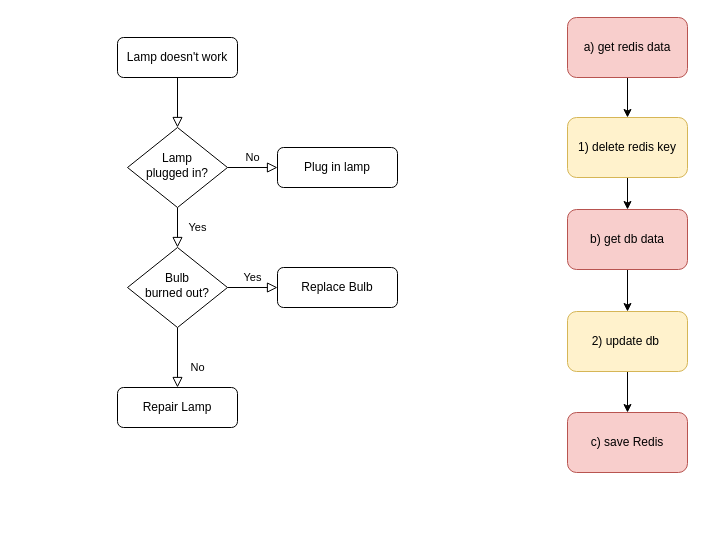
qiufang1314/drawio keeps this draw.io diagram as db&redis_consistency.drawio. Above is the earlier version. Source tidied: cells renumbered, new cells numbered last; positions are measured from the earlier drawing's top-left corner, leaving out a move shared by most shapes. Both pictures are drawn from the tidied source at 100%, with x=0, y=0 at pixel (117, 17).
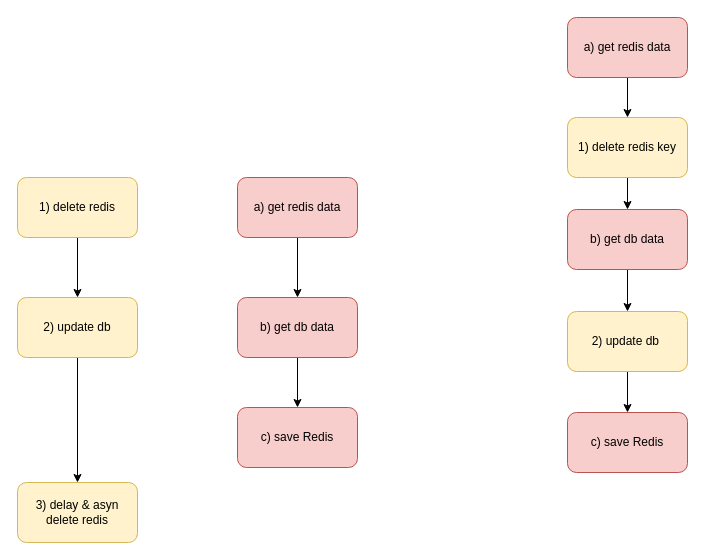
After the change.

Diff of the diagram source:
```diff
@@
-    <mxCell id="2" style="rounded=0;html=1;jettySize=auto;fontSize=11;endArrow=block;endFill=0;endSize=8;strokeWidth=1;shadow=0;labelBackgroundColor=none;edgeStyle=orthogonalEdgeStyle;" parent="1" edge="1" source="3" target="6">
-      <mxGeometry relative="1" as="geometry" />
-    </mxCell>
-    <mxCell id="3" value="Lamp doesn't work" style="rounded=1;whiteSpace=wrap;html=1;fontSize=12;glass=0;strokeWidth=1;shadow=0;" parent="1" vertex="1">
-      <mxGeometry y="20" width="120" height="40" as="geometry" />
-    </mxCell>
-    <mxCell id="4" value="Yes" style="rounded=0;html=1;jettySize=auto;fontSize=11;endArrow=block;endFill=0;endSize=8;strokeWidth=1;shadow=0;labelBackgroundColor=none;edgeStyle=orthogonalEdgeStyle;" parent="1" edge="1" source="6" target="10">
-      <mxGeometry y="20" relative="1" as="geometry" />
-    </mxCell>
-    <mxCell id="5" value="No" style="edgeStyle=orthogonalEdgeStyle;rounded=0;html=1;jettySize=auto;fontSize=11;endArrow=block;endFill=0;endSize=8;strokeWidth=1;shadow=0;labelBackgroundColor=none;" parent="1" edge="1" source="6" target="7">
-      <mxGeometry y="10" relative="1" as="geometry" />
-    </mxCell>
-    <mxCell id="6" value="Lamp&lt;br&gt;plugged in?" style="rhombus;whiteSpace=wrap;html=1;shadow=0;fontFamily=Helvetica;fontSize=12;align=center;strokeWidth=1;spacing=6;spacingTop=-4;" parent="1" vertex="1">
-      <mxGeometry x="10" y="110" width="100" height="80" as="geometry" />
-    </mxCell>
-    <mxCell id="7" value="Plug in lamp" style="rounded=1;whiteSpace=wrap;html=1;fontSize=12;glass=0;strokeWidth=1;shadow=0;" parent="1" vertex="1">
-      <mxGeometry x="160" y="130" width="120" height="40" as="geometry" />
-    </mxCell>
-    <mxCell id="8" value="No" style="rounded=0;html=1;jettySize=auto;fontSize=11;endArrow=block;endFill=0;endSize=8;strokeWidth=1;shadow=0;labelBackgroundColor=none;edgeStyle=orthogonalEdgeStyle;" parent="1" edge="1" source="10" target="11">
-      <mxGeometry x="0.33" y="20" relative="1" as="geometry" />
-    </mxCell>
-    <mxCell id="9" value="Yes" style="edgeStyle=orthogonalEdgeStyle;rounded=0;html=1;jettySize=auto;fontSize=11;endArrow=block;endFill=0;endSize=8;strokeWidth=1;shadow=0;labelBackgroundColor=none;" parent="1" edge="1" source="10" target="12">
-      <mxGeometry y="10" relative="1" as="geometry" />
-    </mxCell>
-    <mxCell id="10" value="Bulb&lt;br&gt;burned out?" style="rhombus;whiteSpace=wrap;html=1;shadow=0;fontFamily=Helvetica;fontSize=12;align=center;strokeWidth=1;spacing=6;spacingTop=-4;" parent="1" vertex="1">
-      <mxGeometry x="10" y="230" width="100" height="80" as="geometry" />
-    </mxCell>
-    <mxCell id="11" value="Repair Lamp" style="rounded=1;whiteSpace=wrap;html=1;fontSize=12;glass=0;strokeWidth=1;shadow=0;" parent="1" vertex="1">
-      <mxGeometry y="370" width="120" height="40" as="geometry" />
-    </mxCell>
-    <mxCell id="12" value="Replace Bulb" style="rounded=1;whiteSpace=wrap;html=1;fontSize=12;glass=0;strokeWidth=1;shadow=0;" parent="1" vertex="1">
-      <mxGeometry x="160" y="250" width="120" height="40" as="geometry" />
-    </mxCell>
@@
+    <mxCell id="22" style="edgeStyle=orthogonalEdgeStyle;rounded=0;jettySize=auto;html=1;" parent="1" edge="1" source="23" target="25">
+      <mxGeometry relative="1" as="geometry" />
+    </mxCell>
+    <mxCell id="23" value="1) delete redis" style="rounded=1;whiteSpace=wrap;html=1;fillColor=#fff2cc;strokeColor=#d6b656;" parent="1" vertex="1">
+      <mxGeometry x="-100" y="160" width="120" height="60" as="geometry" />
+    </mxCell>
+    <mxCell id="24" style="edgeStyle=orthogonalEdgeStyle;rounded=0;jettySize=auto;html=1;" parent="1" edge="1" source="25" target="26">
+      <mxGeometry relative="1" as="geometry" />
+    </mxCell>
+    <mxCell id="25" value="2) update db" style="rounded=1;whiteSpace=wrap;html=1;fillColor=#fff2cc;strokeColor=#d6b656;" parent="1" vertex="1">
+      <mxGeometry x="-100" y="280" width="120" height="60" as="geometry" />
+    </mxCell>
+    <mxCell id="26" value="3) delay &amp;amp; asyn delete redis" style="rounded=1;whiteSpace=wrap;html=1;fillColor=#fff2cc;strokeColor=#d6b656;" parent="1" vertex="1">
+      <mxGeometry x="-100" y="465" width="120" height="60" as="geometry" />
+    </mxCell>
+    <mxCell id="27" style="edgeStyle=orthogonalEdgeStyle;rounded=0;jettySize=auto;html=1;" parent="1" edge="1" source="28" target="30">
+      <mxGeometry relative="1" as="geometry" />
+    </mxCell>
+    <mxCell id="28" value="a) get redis data" style="rounded=1;whiteSpace=wrap;html=1;fillColor=#f8cecc;strokeColor=#b85450;" parent="1" vertex="1">
+      <mxGeometry x="120" y="160" width="120" height="60" as="geometry" />
+    </mxCell>
+    <mxCell id="29" style="edgeStyle=orthogonalEdgeStyle;rounded=0;jettySize=auto;html=1;" parent="1" edge="1" source="30" target="31">
+      <mxGeometry relative="1" as="geometry" />
+    </mxCell>
+    <mxCell id="30" value="b) get db data" style="rounded=1;whiteSpace=wrap;html=1;fillColor=#f8cecc;strokeColor=#b85450;" parent="1" vertex="1">
+      <mxGeometry x="120" y="280" width="120" height="60" as="geometry" />
+    </mxCell>
+    <mxCell id="31" value="c) save Redis" style="rounded=1;whiteSpace=wrap;html=1;fillColor=#f8cecc;strokeColor=#b85450;" parent="1" vertex="1">
+      <mxGeometry x="120" y="390" width="120" height="60" as="geometry" />
+    </mxCell>
```
